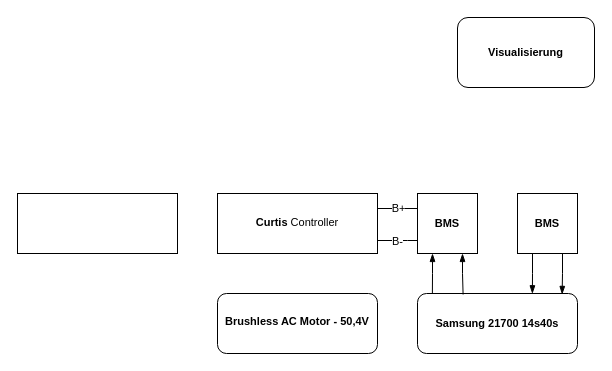
kronbergerindustries/HTBLuVA_Diplomarbeit keeps this draw.io diagram as page "konzept_simple" (1 of 7) of document/figures_source/hcis/Schaltpläne_Motorrad.drawio. Above is the earlier version. Source tidied: cells renumbered, new cells numbered last; positions are measured from the earlier drawing's top-left corner, leaving out a move shared by most shapes. Both pictures are drawn from the tidied source at 100%, with x=0, y=0 at pixel (17, 17).
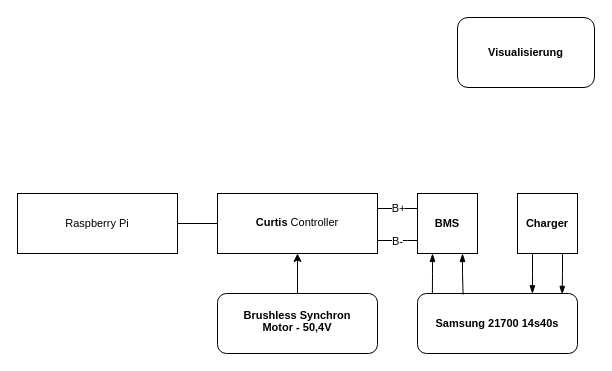
Above is the later version.

The change refers to these unchanged cells:
```xml
<mxCell id="8" value="&lt;p style=&quot;line-height: 95%&quot;&gt;&lt;font style=&quot;font-size: 11px&quot;&gt;&lt;/font&gt;&lt;/p&gt;&lt;h2 style=&quot;outline: none ; line-height: 1.1em ; padding: 0px 0px 5px ; margin: 0px ; font-family: &amp;#34;arial&amp;#34; , &amp;#34;helvetica&amp;#34; , sans-serif ; background-color: rgb(255 , 255 , 255)&quot;&gt;&lt;span style=&quot;font-size: 11px&quot;&gt;Curtis&amp;nbsp;&lt;/span&gt;&lt;span style=&quot;font-size: 11px ; font-weight: normal&quot;&gt;Controller&lt;/span&gt;&lt;/h2&gt;&lt;p&gt;&lt;/p&gt;" style="rounded=0;whiteSpace=wrap;html=1;fontSize=11;align=center;" parent="1" vertex="1">
  <mxGeometry x="200" y="176" width="160" height="60" as="geometry" />
</mxCell>
```

Diff of the diagram source:
```diff
@@
+    <mxCell id="17" style="edgeStyle=orthogonalEdgeStyle;rounded=0;jettySize=auto;html=1;exitX=0.5;exitY=0;exitDx=0;exitDy=0;entryX=0.5;entryY=1;entryDx=0;entryDy=0;" parent="1" edge="1" source="2" target="8">
+      <mxGeometry relative="1" as="geometry" />
+    </mxCell>
-    <mxCell id="2" value="&lt;h2 style=&quot;outline: none ; line-height: 1.1em ; padding: 0px 0px 5px ; margin: 0px ; font-family: &amp;#34;arial&amp;#34; , &amp;#34;helvetica&amp;#34; , sans-serif ; text-align: left ; background-color: rgb(255 , 255 , 255) ; font-size: 11px&quot;&gt;Brushless AC Motor - 50,4V&lt;/h2&gt;" style="rounded=1;whiteSpace=wrap;html=1;fontStyle=1;verticalAlign=middle;" parent="1" vertex="1">
+    <mxCell id="2" value="&lt;h2 style=&quot;outline: none ; line-height: 1.1em ; padding: 0px 0px 5px ; margin: 0px ; font-family: &amp;#34;arial&amp;#34; , &amp;#34;helvetica&amp;#34; , sans-serif ; background-color: rgb(255 , 255 , 255) ; font-size: 11px&quot;&gt;Brushless Synchron &lt;br&gt;Motor - 50,4V&lt;/h2&gt;" style="rounded=1;whiteSpace=wrap;html=1;fontStyle=1;verticalAlign=middle;align=center;" parent="1" vertex="1">
       <mxGeometry x="200" y="276" width="160" height="60" as="geometry" />
     </mxCell>
@@
+    <mxCell id="18" style="edgeStyle=orthogonalEdgeStyle;rounded=0;jettySize=auto;html=1;exitX=1;exitY=0.5;exitDx=0;exitDy=0;entryX=0;entryY=0.5;entryDx=0;entryDy=0;endArrow=none;endFill=0;" parent="1" edge="1" source="13" target="8">
+      <mxGeometry relative="1" as="geometry" />
+    </mxCell>
-    <mxCell id="13" style="rounded=0;whiteSpace=wrap;html=1;fontSize=11;" parent="1" vertex="1">
+    <mxCell id="13" value="Raspberry Pi" style="rounded=0;whiteSpace=wrap;html=1;fontSize=11;" parent="1" vertex="1">
       <mxGeometry y="176" width="160" height="60" as="geometry" />
     </mxCell>
@@
-    <mxCell id="16" value="&lt;b&gt;BMS&lt;/b&gt;" style="rounded=0;whiteSpace=wrap;html=1;fontSize=11;" parent="1" vertex="1">
+    <mxCell id="16" value="&lt;b&gt;Charger&lt;/b&gt;" style="rounded=0;whiteSpace=wrap;html=1;fontSize=11;" parent="1" vertex="1">
       <mxGeometry x="500" y="176" width="60" height="60" as="geometry" />
     </mxCell>
```
